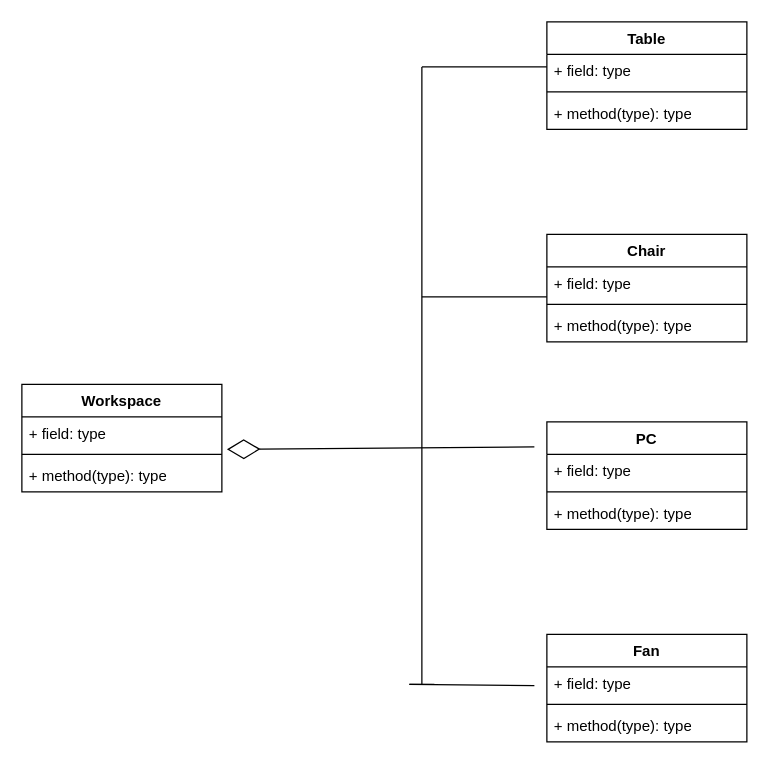
Before: page "Aggregation" (4 of 4) of UML Diagram/UML Types.drawio in prakashbtech87/aaaaaaaaaaaPrakashDrawIORepo, a draw.io diagram. Source tidied: cells renumbered, new cells numbered last; positions are measured from the earlier drawing's top-left corner, leaving out a move shared by most shapes. Both pictures are drawn from the tidied source at 125%, with x=0, y=0 at pixel (21, 21).
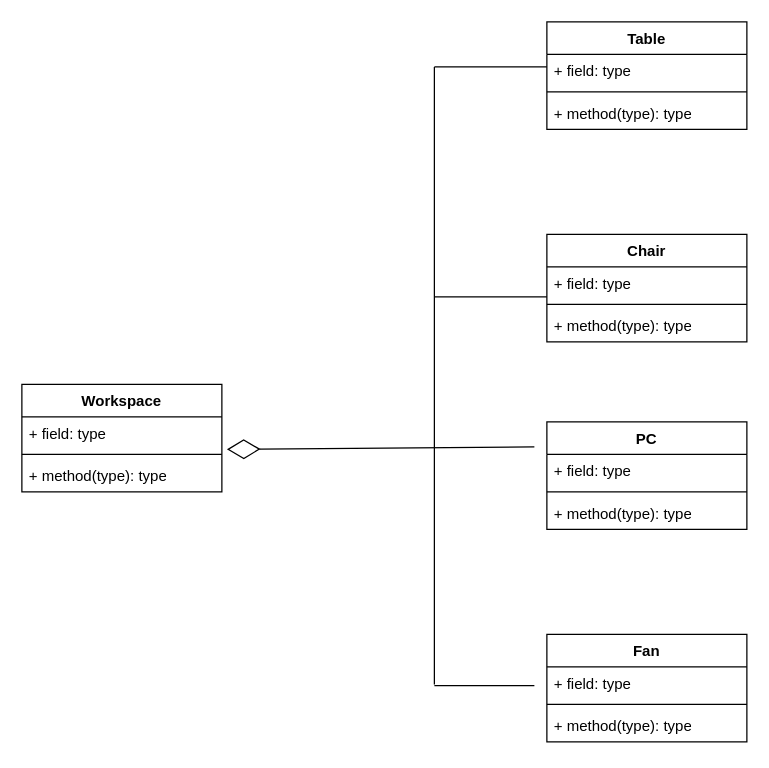
Above is the later version.

The edit, as a diff of the source:
```diff
@@
     <mxCell id="23" style="endArrow=none;html=1;rounded=0;" parent="1" edge="1">
       <mxGeometry relative="1" as="geometry">
-        <mxPoint x="320" y="36" as="sourcePoint" />
+        <mxPoint x="330" y="36" as="sourcePoint" />
         <mxPoint x="420" y="36" as="targetPoint" />
       </mxGeometry>
     </mxCell>
     <mxCell id="24" style="endArrow=none;html=1;rounded=0;" parent="1" edge="1">
       <mxGeometry relative="1" as="geometry">
-        <mxPoint x="320" y="220" as="sourcePoint" />
+        <mxPoint x="330" y="220" as="sourcePoint" />
         <mxPoint x="420" y="220" as="targetPoint" />
       </mxGeometry>
     </mxCell>
     <mxCell id="25" style="endArrow=none;html=1;rounded=0;" parent="1" edge="1">
       <mxGeometry relative="1" as="geometry">
-        <mxPoint x="310" y="530" as="sourcePoint" />
+        <mxPoint x="330" y="531" as="sourcePoint" />
         <mxPoint x="410" y="531" as="targetPoint" />
       </mxGeometry>
     </mxCell>
-    <mxCell id="26" style="endArrow=none;html=1;rounded=0;" parent="1" edge="1">
-      <mxGeometry relative="1" as="geometry">
-        <mxPoint x="310" y="530" as="sourcePoint" />
-        <mxPoint x="320" y="36" as="targetPoint" />
-        <Array as="points">
-          <mxPoint x="330" y="530" />
-          <mxPoint x="320" y="530" />
-          <mxPoint x="320" y="180" />
-          <mxPoint x="320" y="120" />
-        </Array>
-      </mxGeometry>
-    </mxCell>
+    <mxCell id="27" style="endArrow=none;html=1;rounded=0;" parent="1" edge="1">
+      <mxGeometry relative="1" as="geometry">
+        <mxPoint x="330" y="530" as="sourcePoint" />
+        <mxPoint x="330" y="36" as="targetPoint" />
+      </mxGeometry>
+    </mxCell>
```
